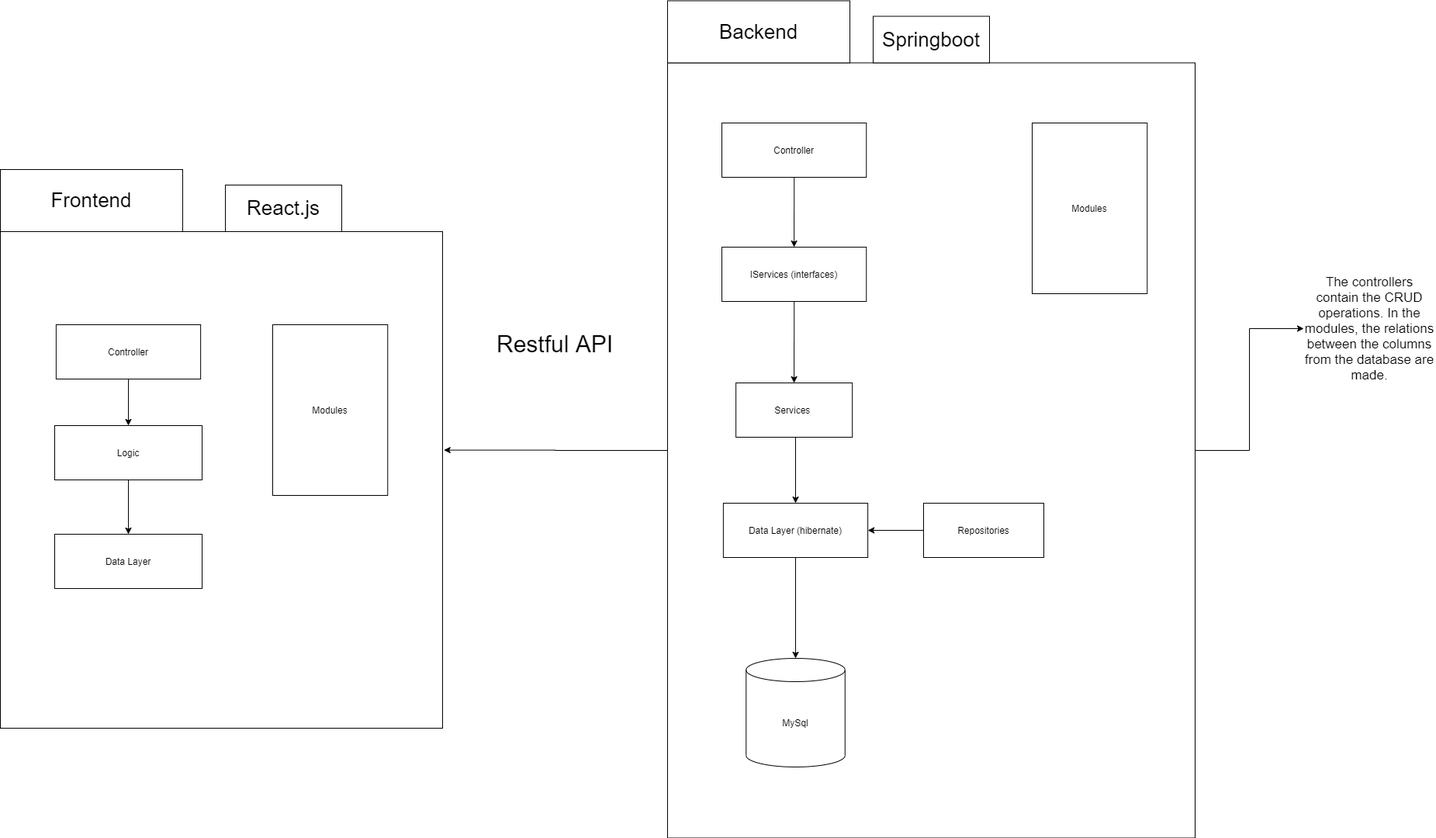
Earlier version of the draw.io export documentation/C3.png (jaklin99/Online-shop-). Source tidied: cells renumbered, new cells last; positions are measured from the earlier drawing's top-left corner, leaving out a move shared by most shapes.
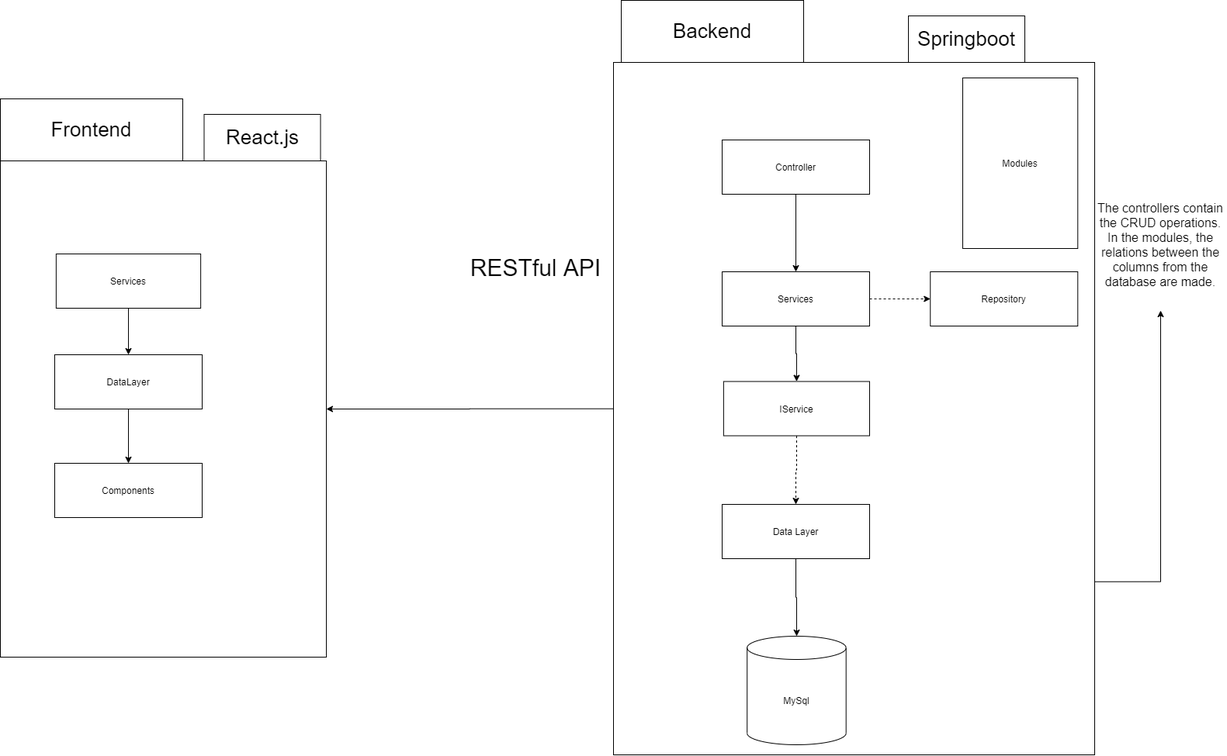
The same file after the commit.

What changed in the source:
```diff
@@ -3,90 +3,88 @@
     <mxCell id="0" />
     <mxCell id="1" parent="0" />
     <mxCell id="2" value="&lt;font style=&quot;font-size: 26px&quot;&gt;Frontend&lt;/font&gt;" style="rounded=0;whiteSpace=wrap;html=1;" parent="1" vertex="1">
-      <mxGeometry y="218" width="235" height="80" as="geometry" />
+      <mxGeometry y="345" width="235" height="80" as="geometry" />
     </mxCell>
     <mxCell id="3" value="&lt;font style=&quot;font-size: 26px&quot;&gt;React.js&lt;/font&gt;" style="rounded=0;whiteSpace=wrap;html=1;" parent="1" vertex="1">
-      <mxGeometry x="290" y="238" width="150" height="60" as="geometry" />
+      <mxGeometry x="262.5" y="365" width="150" height="60" as="geometry" />
     </mxCell>
-    <mxCell id="4" style="edgeStyle=orthogonalEdgeStyle;rounded=0;jettySize=auto;html=1;entryX=1.003;entryY=0.44;entryDx=0;entryDy=0;entryPerimeter=0;" parent="1" edge="1" source="6" target="14">
+    <mxCell id="4" style="edgeStyle=orthogonalEdgeStyle;rounded=0;jettySize=auto;html=1;" parent="1" edge="1" source="6" target="14">
       <mxGeometry relative="1" as="geometry" />
     </mxCell>
-    <mxCell id="5" style="edgeStyle=orthogonalEdgeStyle;rounded=0;jettySize=auto;html=1;" parent="1" edge="1" source="6" target="29">
+    <mxCell id="5" style="edgeStyle=orthogonalEdgeStyle;rounded=0;jettySize=auto;html=1;exitX=1;exitY=0.75;exitDx=0;exitDy=0;entryX=0.5;entryY=1;entryDx=0;entryDy=0;" parent="1" edge="1" source="6" target="29">
       <mxGeometry relative="1" as="geometry" />
     </mxCell>
     <mxCell id="6" style="rounded=0;whiteSpace=wrap;html=1;" parent="1" vertex="1">
-      <mxGeometry x="860" y="80.5" width="680" height="999" as="geometry" />
+      <mxGeometry x="790" y="298" width="620" height="893" as="geometry" />
     </mxCell>
-    <mxCell id="7" style="edgeStyle=orthogonalEdgeStyle;rounded=0;jettySize=auto;html=1;exitX=0.5;exitY=1;exitDx=0;exitDy=0;entryX=0.5;entryY=0;entryDx=0;entryDy=0;" parent="1" edge="1" target="11">
-      <mxGeometry relative="1" as="geometry">
-        <mxPoint x="1025" y="563" as="sourcePoint" />
-      </mxGeometry>
-    </mxCell>
-    <mxCell id="8" style="edgeStyle=orthogonalEdgeStyle;rounded=0;jettySize=auto;html=1;entryX=0.5;entryY=0;entryDx=0;entryDy=0;" parent="1" edge="1" source="9" target="28">
-      <mxGeometry relative="1" as="geometry" />
-    </mxCell>
+    <mxCell id="30" style="edgeStyle=orthogonalEdgeStyle;rounded=0;jettySize=auto;html=1;entryX=0.5;entryY=0;entryDx=0;entryDy=0;" parent="1" edge="1" source="24" target="34">
+      <mxGeometry relative="1" as="geometry" />
+    </mxCell>
+    <mxCell id="31" style="edgeStyle=orthogonalEdgeStyle;rounded=0;jettySize=auto;html=1;dashed=1;" parent="1" edge="1" source="24" target="35">
+      <mxGeometry relative="1" as="geometry" />
+    </mxCell>
+    <mxCell id="24" value="Services" style="rounded=0;whiteSpace=wrap;html=1;" parent="1" vertex="1">
+      <mxGeometry x="930" y="568" width="190" height="70" as="geometry" />
+    </mxCell>
+    <mxCell id="32" style="edgeStyle=orthogonalEdgeStyle;rounded=0;jettySize=auto;html=1;exitX=0.5;exitY=1;exitDx=0;exitDy=0;entryX=0.5;entryY=0;entryDx=0;entryDy=0;" parent="1" edge="1" source="9" target="24">
+      <mxGeometry relative="1" as="geometry" />
+    </mxCell>
     <mxCell id="9" value="Controller" style="rounded=0;whiteSpace=wrap;html=1;" parent="1" vertex="1">
-      <mxGeometry x="930" y="158" width="186.2" height="70" as="geometry" />
+      <mxGeometry x="930" y="398" width="190" height="70" as="geometry" />
     </mxCell>
     <mxCell id="10" style="edgeStyle=orthogonalEdgeStyle;rounded=0;jettySize=auto;html=1;" parent="1" edge="1" source="11" target="12">
       <mxGeometry relative="1" as="geometry" />
     </mxCell>
-    <mxCell id="11" value="Data Layer (hibernate)" style="rounded=0;whiteSpace=wrap;html=1;" parent="1" vertex="1">
-      <mxGeometry x="931.9" y="648" width="186.2" height="70" as="geometry" />
+    <mxCell id="11" value="Data Layer" style="rounded=0;whiteSpace=wrap;html=1;" parent="1" vertex="1">
+      <mxGeometry x="930" y="868" width="190" height="70" as="geometry" />
     </mxCell>
     <mxCell id="12" value="MySql" style="shape=cylinder3;whiteSpace=wrap;html=1;boundedLbl=1;backgroundOutline=1;size=15;" parent="1" vertex="1">
-      <mxGeometry x="961.3" y="848" width="127.5" height="140" as="geometry" />
+      <mxGeometry x="962.2" y="1038" width="127.5" height="140" as="geometry" />
     </mxCell>
     <mxCell id="13" value="Modules" style="rounded=0;whiteSpace=wrap;html=1;" parent="1" vertex="1">
-      <mxGeometry x="1330" y="158" width="148.2" height="220" as="geometry" />
+      <mxGeometry x="1240" y="318" width="148.2" height="220" as="geometry" />
     </mxCell>
     <mxCell id="14" style="rounded=0;whiteSpace=wrap;html=1;" parent="1" vertex="1">
-      <mxGeometry y="298" width="570" height="640" as="geometry" />
+      <mxGeometry y="425" width="420" height="640" as="geometry" />
     </mxCell>
     <mxCell id="15" value="&lt;font style=&quot;font-size: 26px&quot;&gt;Springboot&lt;/font&gt;" style="rounded=0;whiteSpace=wrap;html=1;" parent="1" vertex="1">
-      <mxGeometry x="1125" y="20.5" width="150" height="60" as="geometry" />
+      <mxGeometry x="1170" y="238" width="150" height="60" as="geometry" />
     </mxCell>
     <mxCell id="16" value="&lt;font style=&quot;font-size: 26px&quot;&gt;Backend&lt;/font&gt;" style="rounded=0;whiteSpace=wrap;html=1;" parent="1" vertex="1">
-      <mxGeometry x="860" y="0.5" width="235" height="80" as="geometry" />
+      <mxGeometry x="800" y="218" width="235" height="80" as="geometry" />
     </mxCell>
-    <mxCell id="17" value="&lt;font style=&quot;font-size: 30px&quot;&gt;Restful API&lt;/font&gt;" style="text;html=1;strokeColor=none;fillColor=none;align=center;verticalAlign=middle;whiteSpace=wrap;rounded=0;" parent="1" vertex="1">
-      <mxGeometry x="550" y="378" width="330" height="130" as="geometry" />
+    <mxCell id="17" value="&lt;font style=&quot;font-size: 30px&quot;&gt;RESTful API&lt;/font&gt;" style="text;html=1;strokeColor=none;fillColor=none;align=center;verticalAlign=middle;whiteSpace=wrap;rounded=0;" parent="1" vertex="1">
+      <mxGeometry x="525" y="498" width="330" height="130" as="geometry" />
     </mxCell>
     <mxCell id="18" style="edgeStyle=orthogonalEdgeStyle;rounded=0;jettySize=auto;html=1;exitX=0.5;exitY=1;exitDx=0;exitDy=0;entryX=0.5;entryY=0;entryDx=0;entryDy=0;" parent="1" edge="1" source="19" target="22">
       <mxGeometry relative="1" as="geometry" />
     </mxCell>
-    <mxCell id="19" value="Logic" style="rounded=0;whiteSpace=wrap;html=1;" parent="1" vertex="1">
-      <mxGeometry x="70" y="548" width="190" height="70" as="geometry" />
+    <mxCell id="19" value="DataLayer" style="rounded=0;whiteSpace=wrap;html=1;" parent="1" vertex="1">
+      <mxGeometry x="70" y="675" width="190" height="70" as="geometry" />
     </mxCell>
     <mxCell id="20" style="edgeStyle=orthogonalEdgeStyle;rounded=0;jettySize=auto;html=1;exitX=0.5;exitY=1;exitDx=0;exitDy=0;entryX=0.5;entryY=0;entryDx=0;entryDy=0;" parent="1" edge="1" source="21" target="19">
       <mxGeometry relative="1" as="geometry" />
     </mxCell>
-    <mxCell id="21" value="Controller" style="rounded=0;whiteSpace=wrap;html=1;" parent="1" vertex="1">
-      <mxGeometry x="71.9" y="418" width="186.2" height="70" as="geometry" />
+    <mxCell id="21" value="Services" style="rounded=0;whiteSpace=wrap;html=1;" parent="1" vertex="1">
+      <mxGeometry x="71.9" y="545" width="186.2" height="70" as="geometry" />
     </mxCell>
-    <mxCell id="22" value="Data Layer" style="rounded=0;whiteSpace=wrap;html=1;" parent="1" vertex="1">
-      <mxGeometry x="70" y="688" width="190" height="70" as="geometry" />
+    <mxCell id="22" value="Components" style="rounded=0;whiteSpace=wrap;html=1;" parent="1" vertex="1">
+      <mxGeometry x="70" y="815" width="190" height="70" as="geometry" />
     </mxCell>
-    <mxCell id="23" value="Modules" style="rounded=0;whiteSpace=wrap;html=1;" parent="1" vertex="1">
-      <mxGeometry x="351" y="418" width="148.2" height="220" as="geometry" />
-    </mxCell>
-    <mxCell id="24" value="Services&amp;nbsp;" style="rounded=0;whiteSpace=wrap;html=1;" parent="1" vertex="1">
-      <mxGeometry x="948.1" y="493" width="150" height="70" as="geometry" />
-    </mxCell>
-    <mxCell id="25" style="edgeStyle=orthogonalEdgeStyle;rounded=0;jettySize=auto;html=1;" parent="1" edge="1" source="26" target="11">
-      <mxGeometry relative="1" as="geometry" />
-    </mxCell>
-    <mxCell id="26" value="Repositories" style="rounded=0;whiteSpace=wrap;html=1;" parent="1" vertex="1">
-      <mxGeometry x="1190" y="648" width="155" height="70" as="geometry" />
-    </mxCell>
-    <mxCell id="27" style="edgeStyle=orthogonalEdgeStyle;rounded=0;jettySize=auto;html=1;" parent="1" edge="1" source="28" target="24">
-      <mxGeometry relative="1" as="geometry" />
-    </mxCell>
-    <mxCell id="28" value="IServices (interfaces)" style="rounded=0;whiteSpace=wrap;html=1;" parent="1" vertex="1">
-      <mxGeometry x="930" y="318" width="186.2" height="70" as="geometry" />
-    </mxCell>
-    <mxCell id="29" value="&lt;font style=&quot;font-size: 17px&quot;&gt;The controllers contain the CRUD operations. In the modules, the relations between the columns from the database are made.&lt;/font&gt;" style="text;html=1;strokeColor=none;fillColor=none;align=center;verticalAlign=middle;whiteSpace=wrap;rounded=0;" parent="1" vertex="1">
-      <mxGeometry x="1680" y="338" width="170" height="170" as="geometry" />
+    <mxCell id="29" value="&lt;span style=&quot;font-size: 16px&quot;&gt;The controllers contain the CRUD operations. In the modules, the relations between the columns from the database are made.&lt;/span&gt;" style="text;html=1;strokeColor=none;fillColor=none;align=center;verticalAlign=middle;whiteSpace=wrap;rounded=0;" parent="1" vertex="1">
+      <mxGeometry x="1410" y="448" width="170" height="170" as="geometry" />
     </mxCell>
+    <mxCell id="33" style="edgeStyle=orthogonalEdgeStyle;rounded=0;jettySize=auto;html=1;dashed=1;" parent="1" edge="1" source="34" target="11">
+      <mxGeometry relative="1" as="geometry" />
+    </mxCell>
+    <mxCell id="34" value="IService" style="rounded=0;whiteSpace=wrap;html=1;" parent="1" vertex="1">
+      <mxGeometry x="931.9" y="709.5" width="188.1" height="70" as="geometry" />
+    </mxCell>
+    <mxCell id="35" value="Repository" style="rounded=0;whiteSpace=wrap;html=1;" parent="1" vertex="1">
+      <mxGeometry x="1198.2" y="568" width="190" height="70" as="geometry" />
+    </mxCell>
+    <mxCell id="36" style="edgeStyle=orthogonalEdgeStyle;rounded=0;orthogonalLoop=1;jettySize=auto;html=1;exitX=0.5;exitY=1;exitDx=0;exitDy=0;dashed=1;" parent="1" edge="1" source="35" target="35">
+      <mxGeometry relative="1" as="geometry" />
+    </mxCell>
   </root>
 </mxGraphModel>
```
